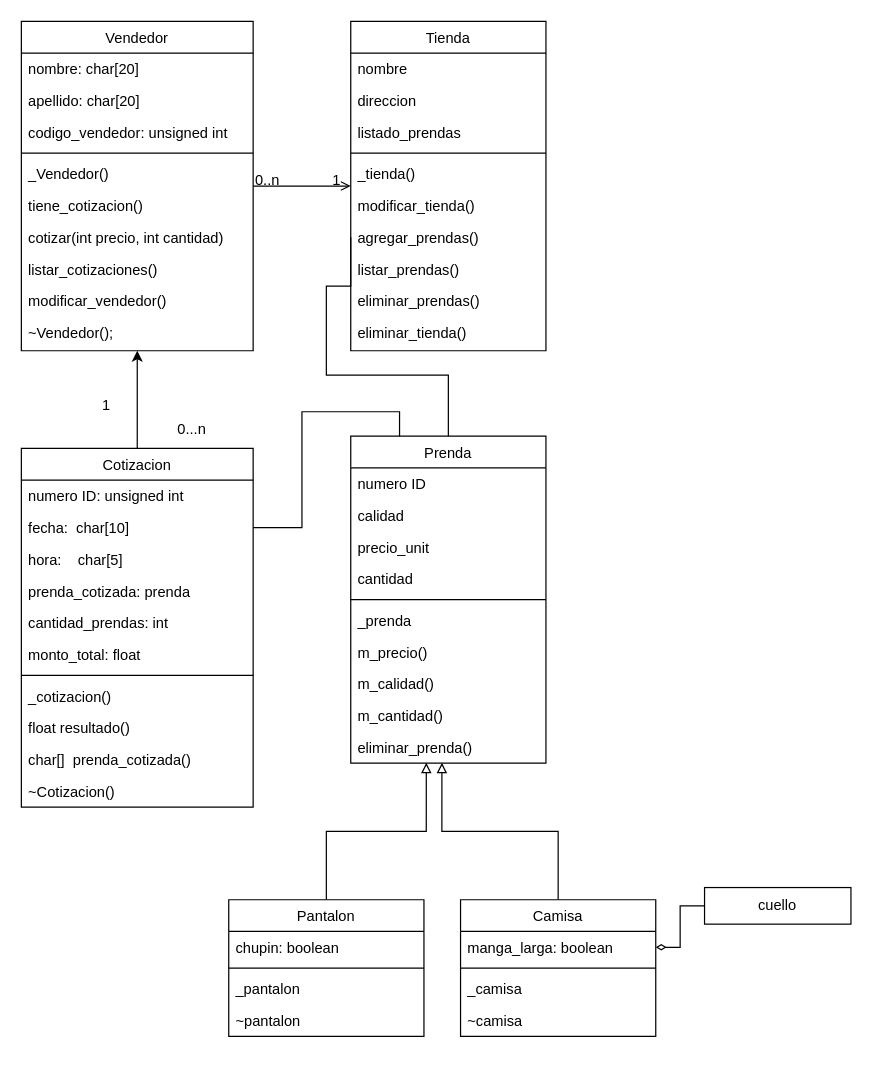
Earlier version of the draw.io diagram Diagrama_Clases.drawio (Santira243/PracticaQuark). Source tidied: cells renumbered, new cells numbered last; positions are measured from the earlier drawing's top-left corner, leaving out a move shared by most shapes. Both pictures are drawn from the tidied source at 122%, with x=0, y=0 at pixel (21, 21).
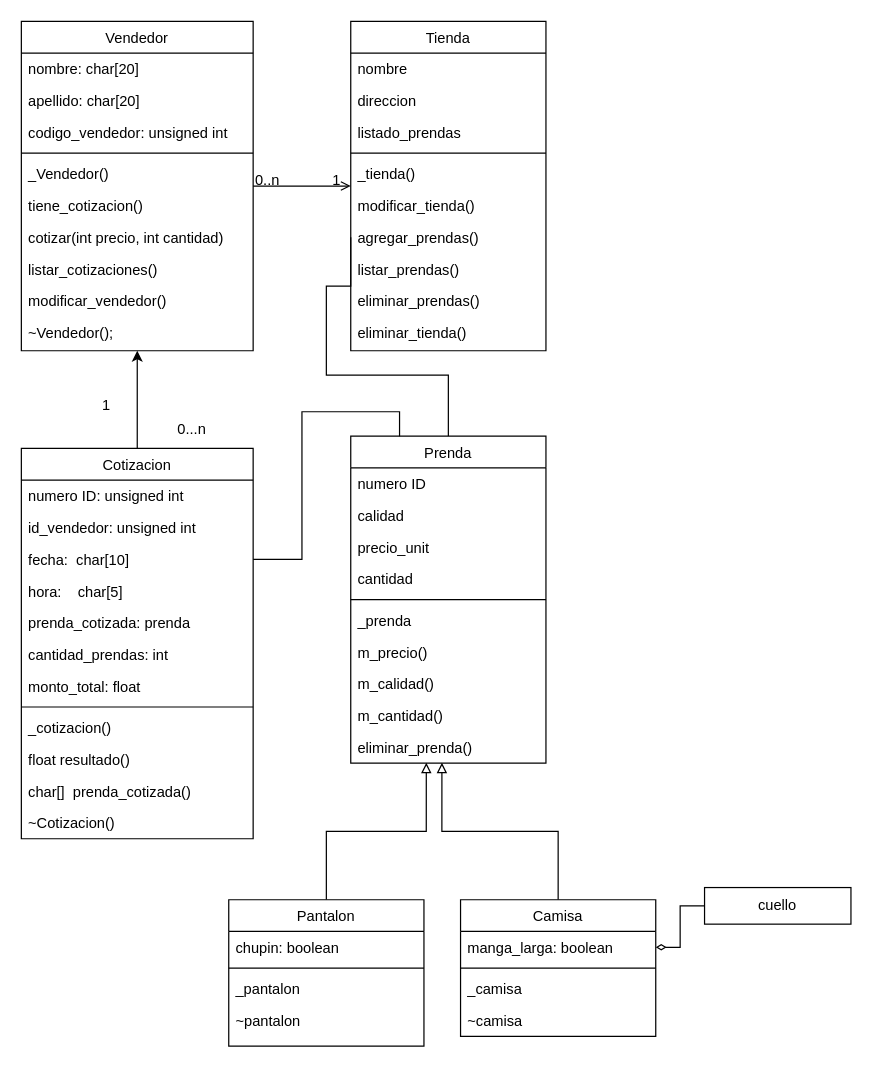
Above is the later version.

Commit message:
cotizacion_actualizada

What changed in the source:
```diff
@@
     <mxCell id="13" value="Cotizacion" style="swimlane;fontStyle=0;align=center;verticalAlign=top;horizontal=1;startSize=26;rounded=0;shadow=0;strokeWidth=1;" parent="1" vertex="1">
-      <mxGeometry y="350" width="190" height="294" as="geometry" />
+      <mxGeometry y="350" width="190" height="320" as="geometry" />
     </mxCell>
@@
+    <mxCell id="69" value="id_vendedor: unsigned int" style="text;align=left;verticalAlign=top;spacingLeft=4;spacingRight=4;overflow=hidden;rounded=0;shadow=0;html=0;" parent="13" vertex="1">
+      <mxGeometry y="52" width="190" height="26" as="geometry" />
+    </mxCell>
     <mxCell id="15" value="fecha:  char[10]&#10;" style="text;align=left;verticalAlign=top;spacingLeft=4;spacingRight=4;overflow=hidden;points=[[0,0.5],[1,0.5]];portConstraint=eastwest;rounded=0;shadow=0;html=0;" parent="13" vertex="1">
-      <mxGeometry y="52" width="190" height="26" as="geometry" />
+      <mxGeometry y="78" width="190" height="26" as="geometry" />
     </mxCell>
     <mxCell id="16" value="hora:    char[5]" style="text;align=left;verticalAlign=top;spacingLeft=4;spacingRight=4;overflow=hidden;rounded=0;shadow=0;html=0;" parent="13" vertex="1">
-      <mxGeometry y="78" width="190" height="26" as="geometry" />
+      <mxGeometry y="104" width="190" height="26" as="geometry" />
     </mxCell>
     <mxCell id="17" value="prenda_cotizada: prenda" style="text;align=left;verticalAlign=top;spacingLeft=4;spacingRight=4;overflow=hidden;rounded=0;shadow=0;html=0;" parent="13" vertex="1">
-      <mxGeometry y="104" width="190" height="26" as="geometry" />
+      <mxGeometry y="130" width="190" height="26" as="geometry" />
     </mxCell>
     <mxCell id="18" value="cantidad_prendas: int" style="text;align=left;verticalAlign=top;spacingLeft=4;spacingRight=4;overflow=hidden;rounded=0;shadow=0;html=0;" parent="13" vertex="1">
-      <mxGeometry y="130" width="190" height="26" as="geometry" />
+      <mxGeometry y="156" width="190" height="26" as="geometry" />
     </mxCell>
     <mxCell id="19" value="monto_total: float" style="text;align=left;verticalAlign=top;spacingLeft=4;spacingRight=4;overflow=hidden;rounded=0;shadow=0;html=0;" parent="13" vertex="1">
-      <mxGeometry y="156" width="190" height="26" as="geometry" />
+      <mxGeometry y="182" width="190" height="26" as="geometry" />
     </mxCell>
     <mxCell id="20" style="line;html=1;strokeWidth=1;align=left;verticalAlign=middle;spacingTop=-1;spacingLeft=3;spacingRight=3;labelPosition=right;" parent="13" vertex="1">
-      <mxGeometry y="182" width="190" height="8" as="geometry" />
+      <mxGeometry y="208" width="190" height="8" as="geometry" />
     </mxCell>
     <mxCell id="21" value="_cotizacion()" style="text;align=left;verticalAlign=top;spacingLeft=4;spacingRight=4;overflow=hidden;rounded=0;shadow=0;html=0;" parent="13" vertex="1">
-      <mxGeometry y="190" width="190" height="26" as="geometry" />
+      <mxGeometry y="216" width="190" height="26" as="geometry" />
     </mxCell>
     <mxCell id="22" value="float resultado()" style="text;align=left;verticalAlign=top;spacingLeft=4;spacingRight=4;overflow=hidden;rounded=0;shadow=0;html=0;" parent="13" vertex="1">
-      <mxGeometry y="216" width="190" height="26" as="geometry" />
+      <mxGeometry y="242" width="190" height="26" as="geometry" />
     </mxCell>
     <mxCell id="23" value="char[]  prenda_cotizada()" style="text;align=left;verticalAlign=top;spacingLeft=4;spacingRight=4;overflow=hidden;rounded=0;shadow=0;html=0;" parent="13" vertex="1">
-      <mxGeometry y="242" width="190" height="26" as="geometry" />
+      <mxGeometry y="268" width="190" height="26" as="geometry" />
     </mxCell>
     <mxCell id="24" value="~Cotizacion()" style="text;align=left;verticalAlign=top;spacingLeft=4;spacingRight=4;overflow=hidden;rounded=0;shadow=0;html=0;" parent="13" vertex="1">
-      <mxGeometry y="268" width="190" height="26" as="geometry" />
+      <mxGeometry y="294" width="190" height="26" as="geometry" />
     </mxCell>
@@
     <mxCell id="54" value="Pantalon" style="swimlane;fontStyle=0;align=center;verticalAlign=top;horizontal=1;startSize=26;rounded=0;shadow=0;strokeWidth=1;" parent="1" vertex="1">
-      <mxGeometry x="170" y="720" width="160" height="112" as="geometry" />
+      <mxGeometry x="170" y="720" width="160" height="120" as="geometry" />
     </mxCell>
```
